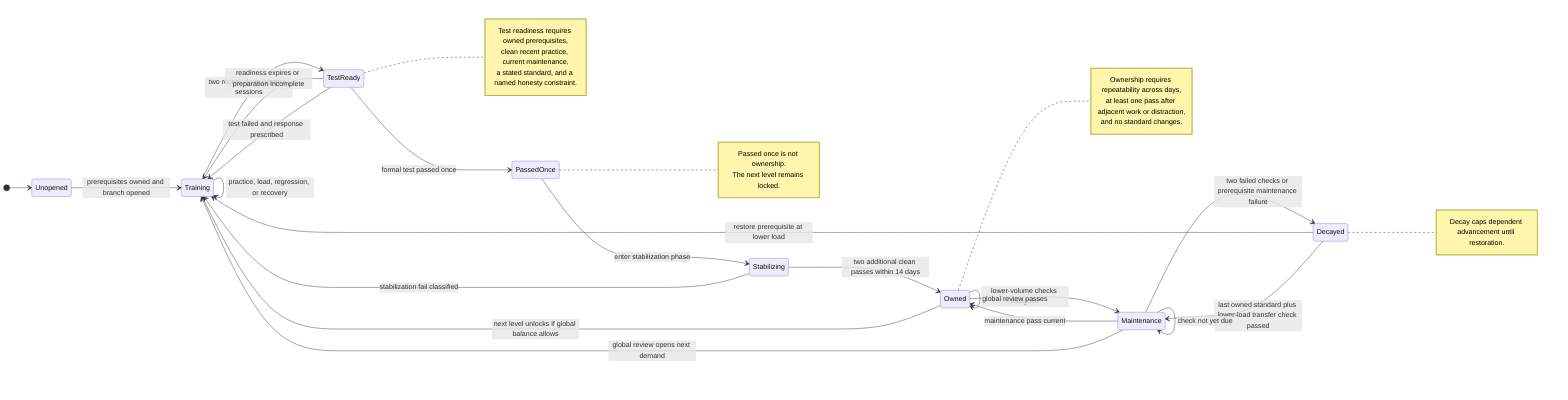
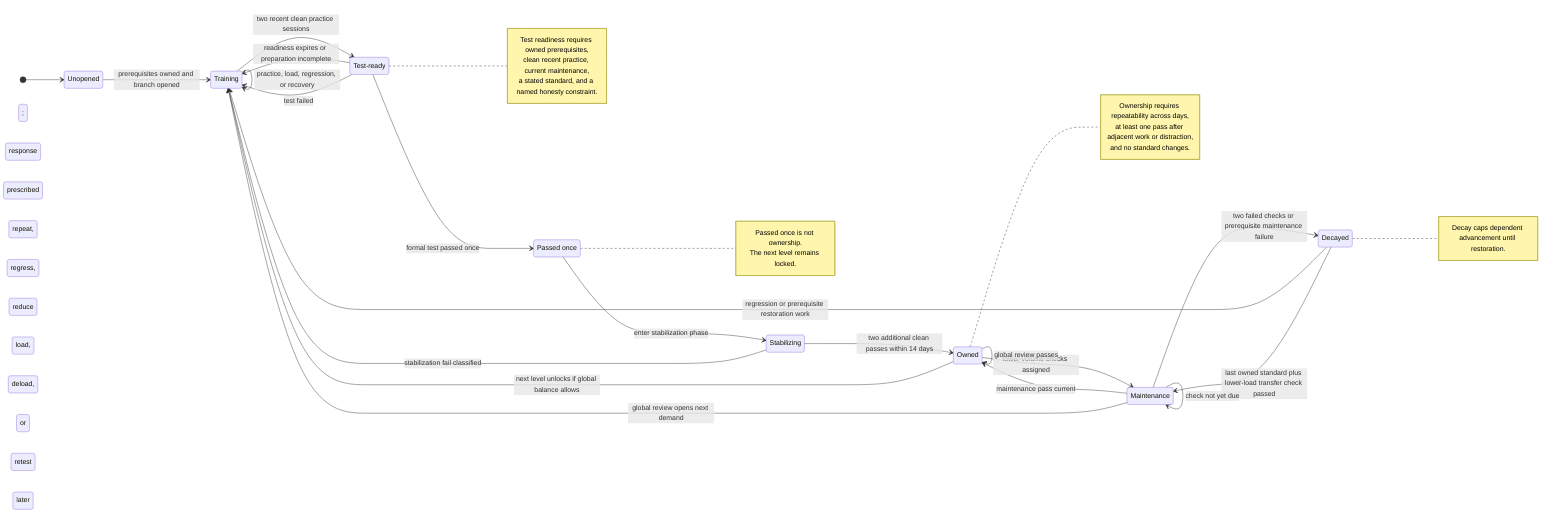
%% Branch-level state machine.
%% Clarifies the lifecycle of a single branch-level pair and the difference between passing once and owning.
stateDiagram-v2
direction LR
+ 
+ state "Unopened" as Unopened
+ state "Training" as Training
+ state "Test-ready" as TestReady
+ state "Passed once" as PassedOnce
+ state "Stabilizing" as Stabilizing
+ state "Owned" as Owned
+ state "Maintenance" as Maintenance
+ state "Decayed" as Decayed

[*] --> Unopened

Unopened --> Training: prerequisites owned and branch opened
Training --> TestReady: two recent clean practice sessions
TestReady --> Training: readiness expires or preparation incomplete
TestReady --> PassedOnce: formal test passed once
- TestReady --> Training: test failed and response prescribed
+ TestReady --> Training: test failed; response prescribed
PassedOnce --> Stabilizing: enter stabilization phase
Stabilizing --> Owned: two additional clean passes within 14 days
- Stabilizing --> Training: stabilization fail classified
+ Stabilizing --> Training: stabilization fail classified; repeat, regress, reduce load, deload, or retest later
Owned --> Maintenance: lower-volume checks assigned
Maintenance --> Owned: maintenance pass current
Maintenance --> Decayed: two failed checks or prerequisite maintenance failure
- Decayed --> Training: restore prerequisite at lower load
+ Decayed --> Training: regression or prerequisite restoration work
Decayed --> Maintenance: last owned standard plus lower-load transfer check passed
Owned --> Training: next level unlocks if global balance allows
Maintenance --> Training: global review opens next demand

Training --> Training: practice, load, regression, or recovery
Owned --> Owned: global review passes
Maintenance --> Maintenance: check not yet due

note right of TestReady
  Test readiness requires owned prerequisites,
  clean recent practice, current maintenance,
  a stated standard, and a named honesty constraint.
end note

note right of PassedOnce
  Passed once is not ownership.
  The next level remains locked.
end note

note right of Owned
  Ownership requires repeatability across days,
  at least one pass after adjacent work or distraction,
  and no standard changes.
end note

note right of Decayed
  Decay caps dependent advancement until restoration.
end note
